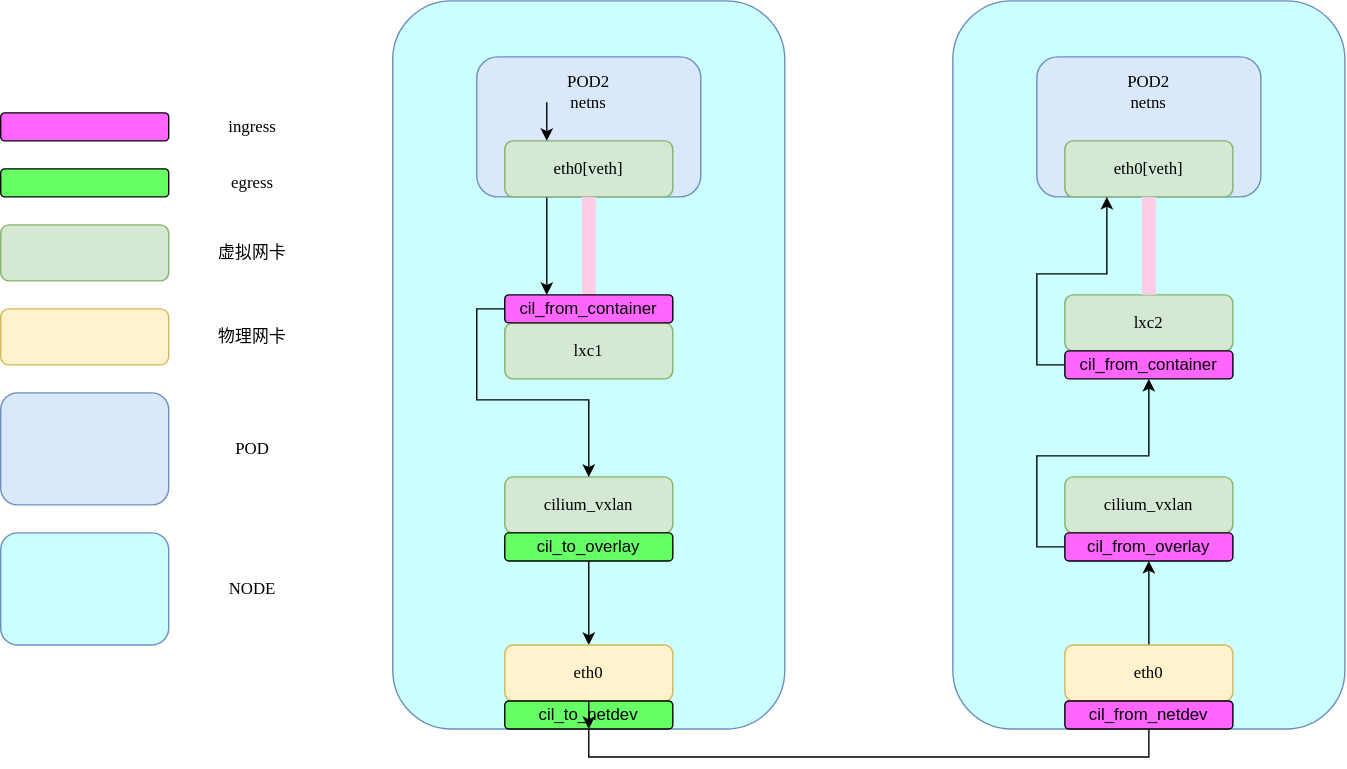
Before: image/cilium_overlay_mode.drawio.svg, a diagram exported from draw.io (SpadedotS/k8s_net_notes). Source tidied: cells renumbered, new cells last; positions are measured from the earlier drawing's top-left corner, leaving out a move shared by most shapes.
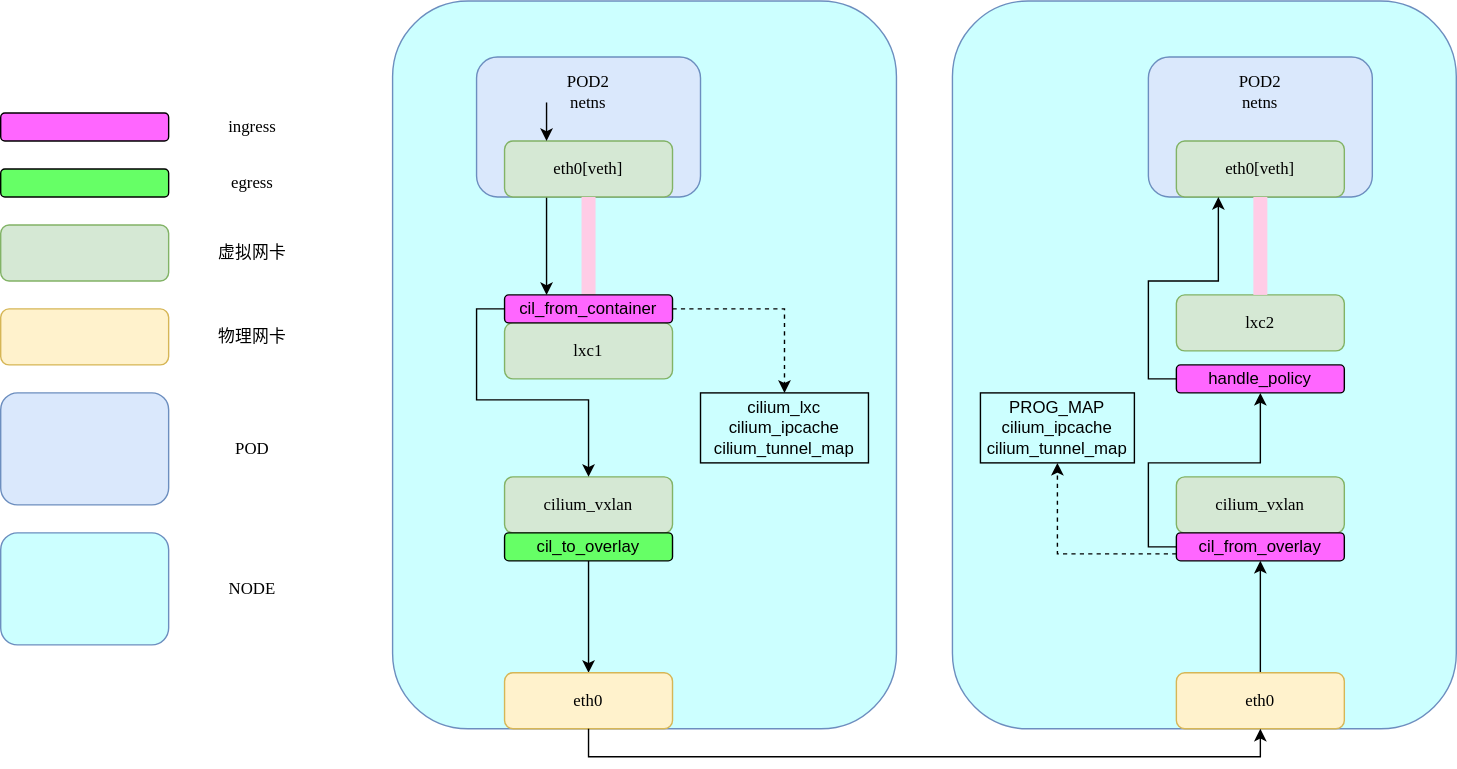
After the change.

Commit message:
Update RX and TX path in cilium overlay mode

Change to the diagram source:
```diff
@@ -3,7 +3,7 @@
     <mxCell id="0" />
     <mxCell id="1" parent="0" />
     <mxCell id="2" style="rounded=1;whiteSpace=wrap;html=1;fillColor=#CCFFFF;strokeColor=#6c8ebf;fontFamily=Monaco;" parent="1" vertex="1">
-      <mxGeometry x="280" width="280" height="520" as="geometry" />
+      <mxGeometry x="280" width="360" height="520" as="geometry" />
     </mxCell>
     <mxCell id="3" style="rounded=1;whiteSpace=wrap;html=1;fillColor=#FF66FF;fontFamily=Monaco;" parent="1" vertex="1">
       <mxGeometry y="80" width="120" height="20" as="geometry" />
@@ -66,43 +66,46 @@
       <mxGeometry x="360" y="380" width="120" height="20" as="geometry" />
     </mxCell>
     <mxCell id="23" value="&lt;font face=&quot;Monaco&quot;&gt;eth0&lt;/font&gt;" style="rounded=1;whiteSpace=wrap;html=1;fillColor=#fff2cc;strokeColor=#d6b656;" parent="1" vertex="1">
-      <mxGeometry x="360" y="460" width="120" height="40" as="geometry" />
+      <mxGeometry x="360" y="480" width="120" height="40" as="geometry" />
     </mxCell>
     <mxCell id="24" style="rounded=1;whiteSpace=wrap;html=1;fillColor=#CCFFFF;strokeColor=#6c8ebf;fontFamily=Monaco;" parent="1" vertex="1">
-      <mxGeometry x="680" width="280" height="520" as="geometry" />
+      <mxGeometry x="680" width="360" height="520" as="geometry" />
     </mxCell>
     <mxCell id="25" style="rounded=1;whiteSpace=wrap;html=1;fillColor=#dae8fc;strokeColor=#6c8ebf;fontFamily=Monaco;" parent="1" vertex="1">
-      <mxGeometry x="740" y="40" width="160" height="100" as="geometry" />
+      <mxGeometry x="820" y="40" width="160" height="100" as="geometry" />
     </mxCell>
     <mxCell id="26" value="POD2 netns" style="text;html=1;strokeColor=none;fillColor=none;align=center;verticalAlign=middle;whiteSpace=wrap;rounded=0;fontFamily=Monaco;" parent="1" vertex="1">
-      <mxGeometry x="790" y="50" width="60" height="30" as="geometry" />
+      <mxGeometry x="870" y="50" width="60" height="30" as="geometry" />
     </mxCell>
     <mxCell id="27" value="eth0[veth]" style="rounded=1;whiteSpace=wrap;html=1;fillColor=#d5e8d4;strokeColor=#82b366;fontFamily=Monaco;" parent="1" vertex="1">
-      <mxGeometry x="760" y="100" width="120" height="40" as="geometry" />
+      <mxGeometry x="840" y="100" width="120" height="40" as="geometry" />
     </mxCell>
     <mxCell id="28" value="cilium_vxlan" style="rounded=1;whiteSpace=wrap;html=1;fillColor=#d5e8d4;strokeColor=#82b366;fontFamily=Monaco;" parent="1" vertex="1">
-      <mxGeometry x="760" y="340" width="120" height="40" as="geometry" />
+      <mxGeometry x="840" y="340" width="120" height="40" as="geometry" />
     </mxCell>
     <mxCell id="29" value="lxc2" style="rounded=1;whiteSpace=wrap;html=1;fillColor=#d5e8d4;strokeColor=#82b366;fontFamily=Monaco;" parent="1" vertex="1">
-      <mxGeometry x="760" y="210" width="120" height="40" as="geometry" />
+      <mxGeometry x="840" y="210" width="120" height="40" as="geometry" />
     </mxCell>
     <mxCell id="30" style="edgeStyle=orthogonalEdgeStyle;rounded=0;jettySize=auto;html=1;exitX=0;exitY=0.5;exitDx=0;exitDy=0;entryX=0.25;entryY=1;entryDx=0;entryDy=0;" parent="1" edge="1" source="31" target="27">
       <mxGeometry relative="1" as="geometry" />
     </mxCell>
-    <mxCell id="31" value="&lt;span style=&quot;&quot;&gt;cil_from_container&lt;/span&gt;" style="rounded=1;whiteSpace=wrap;html=1;fillColor=#FF66FF;" parent="1" vertex="1">
-      <mxGeometry x="760" y="250" width="120" height="20" as="geometry" />
+    <mxCell id="31" value="handle_policy" style="rounded=1;whiteSpace=wrap;html=1;fillColor=#FF66FF;" parent="1" vertex="1">
+      <mxGeometry x="840" y="260" width="120" height="20" as="geometry" />
     </mxCell>
     <mxCell id="32" style="edgeStyle=orthogonalEdgeStyle;rounded=0;jettySize=auto;html=1;exitX=0;exitY=0.5;exitDx=0;exitDy=0;entryX=0.5;entryY=1;entryDx=0;entryDy=0;fontSize=12;" parent="1" edge="1" source="33" target="31">
       <mxGeometry relative="1" as="geometry" />
     </mxCell>
+    <mxCell id="46" style="edgeStyle=orthogonalEdgeStyle;rounded=0;jettySize=auto;html=1;exitX=0;exitY=0.75;exitDx=0;exitDy=0;dashed=1;fontSize=12;" parent="1" edge="1" source="33" target="49">
+      <mxGeometry relative="1" as="geometry" />
+    </mxCell>
     <mxCell id="33" value="&lt;span style=&quot;&quot;&gt;cil_from_overlay&lt;/span&gt;" style="rounded=1;whiteSpace=wrap;html=1;fillColor=#FF66FF;" parent="1" vertex="1">
-      <mxGeometry x="760" y="380" width="120" height="20" as="geometry" />
+      <mxGeometry x="840" y="380" width="120" height="20" as="geometry" />
     </mxCell>
     <mxCell id="34" style="edgeStyle=orthogonalEdgeStyle;rounded=0;jettySize=auto;html=1;exitX=0.5;exitY=0;exitDx=0;exitDy=0;fontSize=12;" parent="1" edge="1" source="35" target="33">
       <mxGeometry relative="1" as="geometry" />
     </mxCell>
     <mxCell id="35" value="&lt;font face=&quot;Monaco&quot;&gt;eth0&lt;/font&gt;" style="rounded=1;whiteSpace=wrap;html=1;fillColor=#fff2cc;strokeColor=#d6b656;" parent="1" vertex="1">
-      <mxGeometry x="760" y="460" width="120" height="40" as="geometry" />
+      <mxGeometry x="840" y="480" width="120" height="40" as="geometry" />
     </mxCell>
     <mxCell id="36" style="edgeStyle=orthogonalEdgeStyle;rounded=0;jettySize=auto;html=1;exitX=0.5;exitY=1;exitDx=0;exitDy=0;entryX=0.5;entryY=0;entryDx=0;entryDy=0;endArrow=none;" parent="1" edge="1" source="18">
       <mxGeometry relative="1" as="geometry">
@@ -115,26 +118,32 @@
     <mxCell id="38" style="edgeStyle=orthogonalEdgeStyle;rounded=0;jettySize=auto;html=1;exitX=0;exitY=0.5;exitDx=0;exitDy=0;fontSize=12;" parent="1" edge="1" source="39" target="19">
       <mxGeometry relative="1" as="geometry" />
     </mxCell>
+    <mxCell id="47" style="edgeStyle=orthogonalEdgeStyle;rounded=0;jettySize=auto;html=1;exitX=1;exitY=0.5;exitDx=0;exitDy=0;dashed=1;fontSize=12;" parent="1" edge="1" source="39" target="48">
+      <mxGeometry relative="1" as="geometry" />
+    </mxCell>
     <mxCell id="39" value="cil_from_container" style="rounded=1;whiteSpace=wrap;html=1;fillColor=#FF66FF;" parent="1" vertex="1">
       <mxGeometry x="360" y="210" width="120" height="20" as="geometry" />
     </mxCell>
     <mxCell id="40" style="rounded=0;whiteSpace=wrap;html=1;shadow=0;glass=0;sketch=0;fillColor=#FFCCE6;strokeColor=none;" parent="1" vertex="1">
-      <mxGeometry x="815" y="140" width="10" height="70" as="geometry" />
+      <mxGeometry x="895" y="140" width="10" height="70" as="geometry" />
     </mxCell>
-    <mxCell id="41" style="edgeStyle=orthogonalEdgeStyle;rounded=0;jettySize=auto;html=1;exitX=0.5;exitY=1;exitDx=0;exitDy=0;entryX=0.5;entryY=1;entryDx=0;entryDy=0;fontSize=12;" parent="1" edge="1" source="42" target="35">
-      <mxGeometry relative="1" as="geometry" />
+    <mxCell id="41" style="edgeStyle=orthogonalEdgeStyle;rounded=0;jettySize=auto;html=1;exitX=0.5;exitY=1;exitDx=0;exitDy=0;entryX=0.5;entryY=1;entryDx=0;entryDy=0;fontSize=12;" parent="1" edge="1" target="35">
+      <mxGeometry relative="1" as="geometry">
+        <mxPoint x="420" y="520" as="sourcePoint" />
+        <Array as="points">
+          <mxPoint x="420" y="540" />
+          <mxPoint x="900" y="540" />
+        </Array>
+      </mxGeometry>
     </mxCell>
-    <mxCell id="42" value="cil_to_netdev" style="rounded=1;whiteSpace=wrap;html=1;fillColor=#66ff66;" parent="1" vertex="1">
-      <mxGeometry x="360" y="500" width="120" height="20" as="geometry" />
-    </mxCell>
     <mxCell id="43" style="endArrow=classic;html=1;rounded=0;fontSize=12;entryX=0.25;entryY=0;entryDx=0;entryDy=0;exitX=0;exitY=0.75;exitDx=0;exitDy=0;" parent="1" edge="1" source="16" target="18">
       <mxGeometry relative="1" as="geometry" />
     </mxCell>
-    <mxCell id="44" style="edgeStyle=orthogonalEdgeStyle;rounded=0;orthogonalLoop=1;jettySize=auto;html=1;exitX=0.5;exitY=0;exitDx=0;exitDy=0;entryX=0.5;entryY=1;entryDx=0;entryDy=0;fontSize=12;" parent="1" edge="1" source="42" target="42">
-      <mxGeometry relative="1" as="geometry" />
-    </mxCell>
-    <mxCell id="45" value="&lt;span style=&quot;&quot;&gt;cil_from_netdev&lt;/span&gt;" style="rounded=1;whiteSpace=wrap;html=1;fillColor=#FF66FF;" parent="1" vertex="1">
-      <mxGeometry x="760" y="500" width="120" height="20" as="geometry" />
-    </mxCell>
+    <mxCell id="48" value="cilium_lxc&lt;br&gt;cilium_ipcache&lt;br&gt;cilium_tunnel_map" style="rounded=0;whiteSpace=wrap;html=1;fontSize=12;fillColor=none;" parent="1" vertex="1">
+      <mxGeometry x="500" y="280" width="120" height="50" as="geometry" />
+    </mxCell>
+    <mxCell id="49" value="PROG_MAP&lt;br&gt;cilium_ipcache&lt;br&gt;cilium_tunnel_map" style="rounded=0;whiteSpace=wrap;html=1;fontSize=12;fillColor=none;" parent="1" vertex="1">
+      <mxGeometry x="700" y="280" width="110" height="50" as="geometry" />
+    </mxCell>
   </root>
 </mxGraphModel>
```
